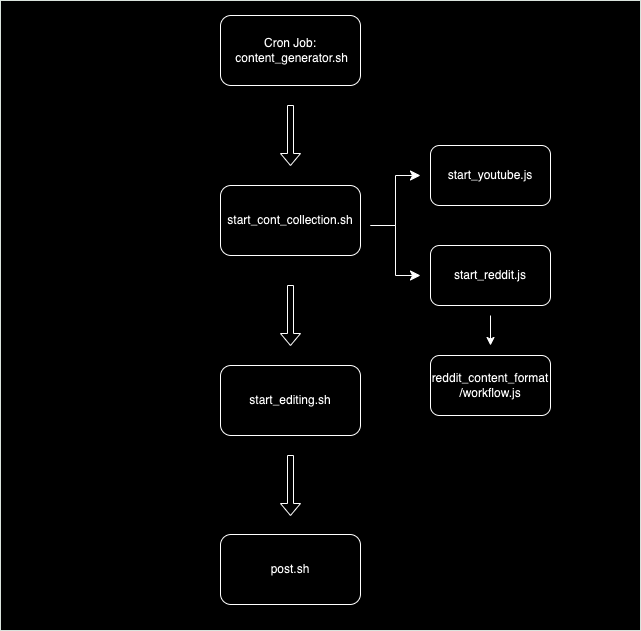
Before: diagrams/auto_cont_gen.drawio.png, a diagram exported from draw.io (KChun510/MediaMind). Source tidied: cells renumbered, new cells last; positions are measured from the earlier drawing's top-left corner, leaving out a move shared by most shapes.
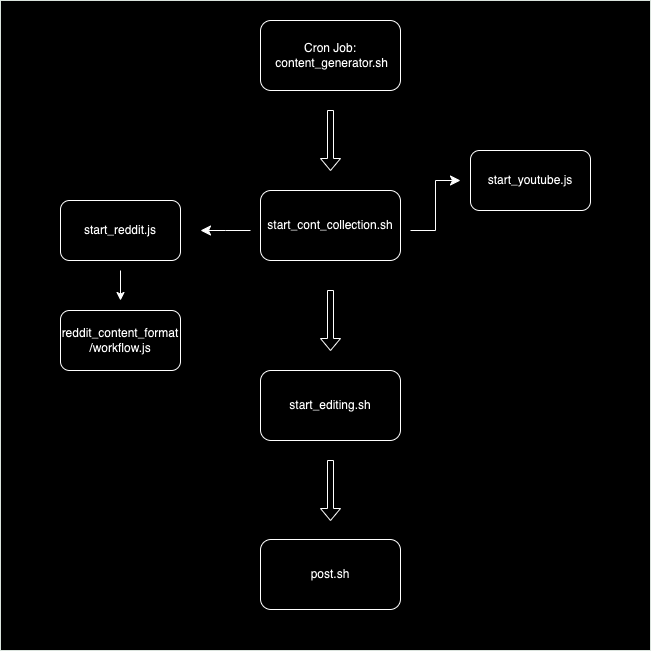
Later version of the same file.

The edit, as a diff of the source:
```diff
@@ -2,9 +2,9 @@
   <root>
     <mxCell id="0" />
     <mxCell id="1" parent="0" />
-    <mxCell id="2" style="verticalLabelPosition=bottom;verticalAlign=top;html=1;shadow=0;dashed=0;strokeWidth=1;shape=mxgraph.ios.iBgFlat;strokeColor=#18211b;" parent="1" vertex="1">
-      <mxGeometry width="640" height="630" as="geometry" />
-    </mxCell>
+    <mxCell id="16" style="verticalLabelPosition=bottom;verticalAlign=top;html=1;shadow=0;dashed=0;strokeWidth=1;shape=mxgraph.ios.iBgFlat;strokeColor=#18211b;" parent="1" vertex="1">
+      <mxGeometry x="-40" y="-5" width="650" height="650" as="geometry" />
+    </mxCell>
     <mxCell id="3" value="Cron Job:&lt;br&gt;&amp;nbsp;content_generator.sh" style="rounded=1;whiteSpace=wrap;html=1;" parent="1" vertex="1">
       <mxGeometry x="220" y="15" width="140" height="70" as="geometry" />
     </mxCell>
@@ -22,12 +22,12 @@
     </mxCell>
     <mxCell id="7" style="edgeStyle=elbowEdgeStyle;elbow=horizontal;endArrow=classic;html=1;curved=0;rounded=0;endSize=8;startSize=8;" parent="1" edge="1">
       <mxGeometry relative="1" as="geometry">
-        <mxPoint x="370" y="225" as="sourcePoint" />
-        <mxPoint x="420" y="275" as="targetPoint" />
+        <mxPoint x="210" y="225" as="sourcePoint" />
+        <mxPoint x="160" y="225" as="targetPoint" />
       </mxGeometry>
     </mxCell>
     <mxCell id="8" value="start_reddit.js" style="rounded=1;whiteSpace=wrap;html=1;" parent="1" vertex="1">
-      <mxGeometry x="430" y="245" width="120" height="60" as="geometry" />
+      <mxGeometry x="20" y="195" width="120" height="60" as="geometry" />
     </mxCell>
     <mxCell id="9" value="start_youtube.js" style="rounded=1;whiteSpace=wrap;html=1;" parent="1" vertex="1">
       <mxGeometry x="430" y="145" width="120" height="60" as="geometry" />
@@ -45,12 +45,12 @@
       <mxGeometry x="220" y="534" width="140" height="70" as="geometry" />
     </mxCell>
     <mxCell id="14" value="reddit_content_format&lt;div&gt;/workflow.js&lt;/div&gt;" style="rounded=1;html=1;whiteSpace=wrap;" parent="1" vertex="1">
-      <mxGeometry x="430" y="355" width="120" height="60" as="geometry" />
+      <mxGeometry x="20" y="305" width="120" height="60" as="geometry" />
     </mxCell>
     <mxCell id="15" style="endArrow=classic;html=1;rounded=0;" parent="1" edge="1">
       <mxGeometry relative="1" as="geometry">
-        <mxPoint x="490" y="315" as="sourcePoint" />
-        <mxPoint x="490" y="345" as="targetPoint" />
+        <mxPoint x="80" y="265" as="sourcePoint" />
+        <mxPoint x="80" y="295" as="targetPoint" />
       </mxGeometry>
     </mxCell>
   </root>
```
